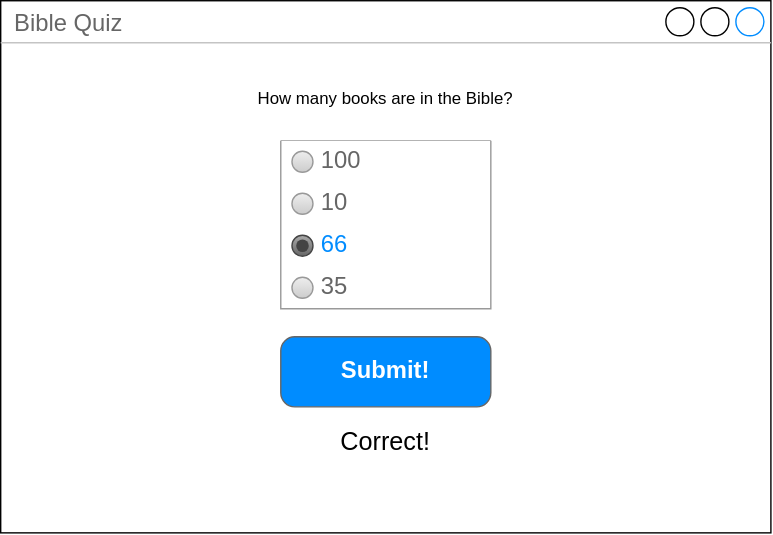
Before: gui.drawio.svg, a diagram exported from draw.io (Dekoder-py-school/bible_quiz_gui). Source tidied: cells renumbered, new cells last; positions are measured from the earlier drawing's top-left corner, leaving out a move shared by most shapes.
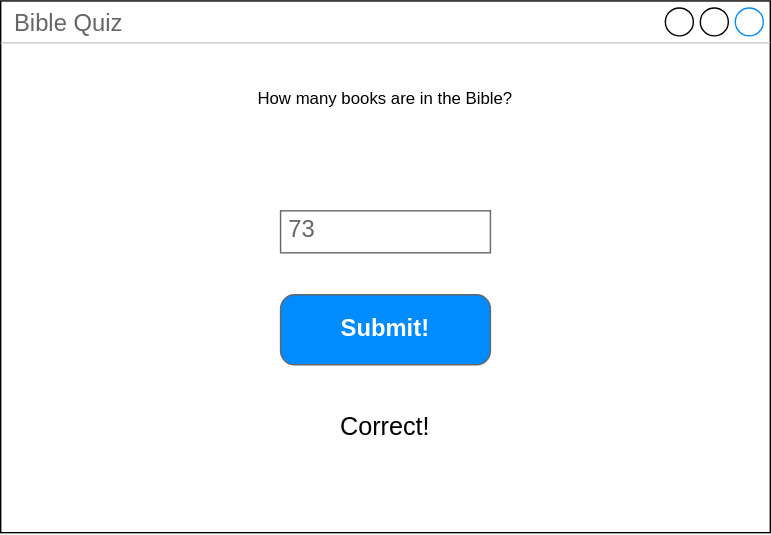
The same file after the commit.

Commit message:
update gui sketch

Diff of the diagram source:
```diff
@@ -8,49 +8,14 @@
     <mxCell id="3" value="How many books are in the Bible?" style="text;html=1;align=center;verticalAlign=middle;whiteSpace=wrap;rounded=0;" parent="1" vertex="1">
       <mxGeometry x="20" y="50" width="510" height="40" as="geometry" />
     </mxCell>
-    <mxCell id="4" style="swimlane;strokeColor=#999999;swimlaneFillColor=#FFFFFF;fillColor=#ffffff;fontColor=#666666;fontStyle=0;horizontal=1;startSize=0;whiteSpace=wrap;html=1;" parent="1" vertex="1">
-      <mxGeometry x="200" y="100" width="150" height="120" as="geometry" />
-    </mxCell>
-    <mxCell id="5" value="100" style="text;strokeColor=none;align=left;verticalAlign=middle;spacingLeft=27;spacingRight=10;overflow=hidden;whiteSpace=wrap;html=1;fillColor=none;fontColor=inherit;fontSize=17;" parent="4" vertex="1">
-      <mxGeometry width="150" height="30" as="geometry" />
-    </mxCell>
-    <mxCell id="6" style="shape=ellipse;fillColor=#EEEEEE;strokeColor=#999999;gradientColor=#cccccc;html=1;" parent="5" vertex="1">
-      <mxGeometry y="0.5" width="15" height="15" relative="1" as="geometry">
-        <mxPoint x="8" y="-7.5" as="offset" />
-      </mxGeometry>
-    </mxCell>
-    <mxCell id="7" value="10" style="text;strokeColor=none;align=left;verticalAlign=middle;spacingLeft=27;spacingRight=10;overflow=hidden;whiteSpace=wrap;html=1;rSize=5;fillColor=none;fontColor=inherit;fontSize=17;" parent="4" vertex="1">
-      <mxGeometry y="30" width="150" height="30" as="geometry" />
-    </mxCell>
-    <mxCell id="8" style="shape=ellipse;fillColor=#EEEEEE;strokeColor=#999999;gradientColor=#cccccc;html=1;" parent="7" vertex="1">
-      <mxGeometry y="0.5" width="15" height="15" relative="1" as="geometry">
-        <mxPoint x="8" y="-7.5" as="offset" />
-      </mxGeometry>
-    </mxCell>
-    <mxCell id="9" value="66" style="text;strokeColor=none;align=left;verticalAlign=middle;spacingLeft=27;spacingRight=10;overflow=hidden;whiteSpace=wrap;html=1;rSize=5;fillColor=none;fontColor=#008CFF;fontSize=17;" parent="4" vertex="1">
-      <mxGeometry y="60" width="150" height="30" as="geometry" />
-    </mxCell>
-    <mxCell id="10" style="shape=ellipse;fillColor=#AAAAAA;gradientColor=#666666;strokeColor=#444444;html=1;" parent="9" vertex="1">
-      <mxGeometry y="0.5" width="15" height="15" relative="1" as="geometry">
-        <mxPoint x="8" y="-7.5" as="offset" />
-      </mxGeometry>
-    </mxCell>
-    <mxCell id="11" style="shape=ellipse;fillColor=#444444;strokeColor=none;html=1;" parent="10" vertex="1">
-      <mxGeometry x="0.2" y="0.2" width="9" height="9" relative="1" as="geometry" />
-    </mxCell>
-    <mxCell id="12" value="35" style="text;strokeColor=none;align=left;verticalAlign=middle;spacingLeft=27;spacingRight=10;overflow=hidden;whiteSpace=wrap;html=1;fillColor=none;fontColor=inherit;fontSize=17;" parent="4" vertex="1">
-      <mxGeometry y="90" width="150" height="30" as="geometry" />
-    </mxCell>
-    <mxCell id="13" style="shape=ellipse;fillColor=#EEEEEE;strokeColor=#999999;gradientColor=#cccccc;html=1;" parent="12" vertex="1">
-      <mxGeometry y="0.5" width="15" height="15" relative="1" as="geometry">
-        <mxPoint x="8" y="-7.5" as="offset" />
-      </mxGeometry>
-    </mxCell>
     <mxCell id="14" value="Submit!" style="strokeWidth=1;shadow=0;dashed=0;align=center;html=1;shape=mxgraph.mockup.buttons.button;strokeColor=#666666;fontColor=#ffffff;mainText=;buttonStyle=round;fontSize=17;fontStyle=1;fillColor=#008cff;whiteSpace=wrap;" parent="1" vertex="1">
-      <mxGeometry x="200" y="240" width="150" height="50" as="geometry" />
+      <mxGeometry x="200" y="210" width="150" height="50" as="geometry" />
     </mxCell>
     <mxCell id="15" value="&lt;font style=&quot;color: light-dark(rgb(0, 0, 0), rgb(51, 255, 51));&quot;&gt;Correct!&lt;/font&gt;" style="text;html=1;align=center;verticalAlign=middle;whiteSpace=wrap;rounded=0;fontSize=18;" parent="1" vertex="1">
-      <mxGeometry x="245" y="300" width="60" height="30" as="geometry" />
+      <mxGeometry x="245" y="290" width="60" height="30" as="geometry" />
     </mxCell>
+    <mxCell id="16" value="73" style="strokeWidth=1;shadow=0;dashed=0;align=center;html=1;shape=mxgraph.mockup.text.textBox;fontColor=#666666;align=left;fontSize=17;spacingLeft=4;spacingTop=-3;whiteSpace=wrap;strokeColor=#666666;mainText=;" parent="1" vertex="1">
+      <mxGeometry x="200" y="150" width="150" height="30" as="geometry" />
+    </mxCell>
   </root>
 </mxGraphModel>
```
